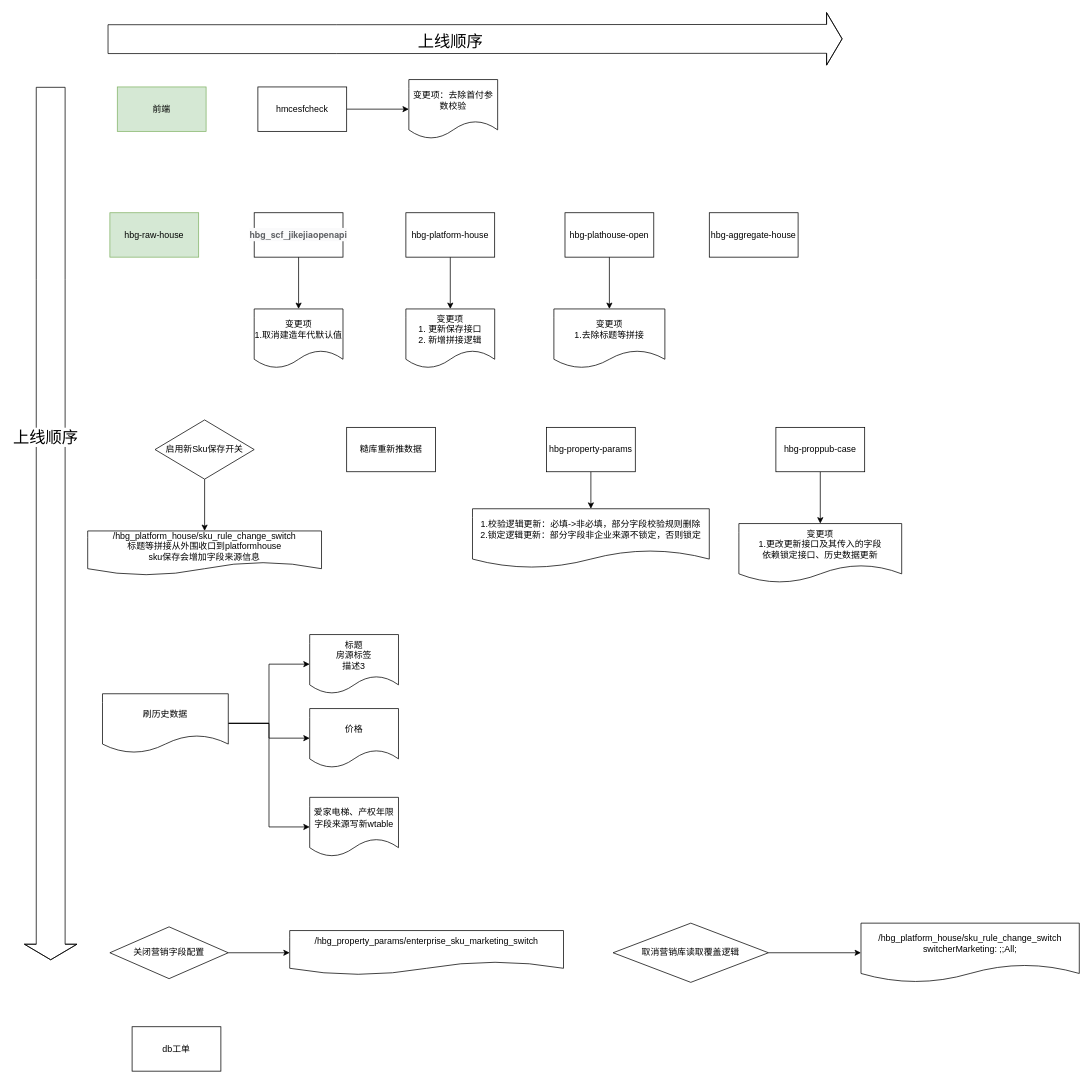
This is sku/sku规则改造上线流程.drawio from guyukou/drawio, a draw.io file, before an edit. Source tidied: cells renumbered, new cells numbered last; positions are measured from the earlier drawing's top-left corner, leaving out a move shared by most shapes. Both pictures are drawn from the tidied source at 74%, with x=0, y=0 at pixel (50, 38).
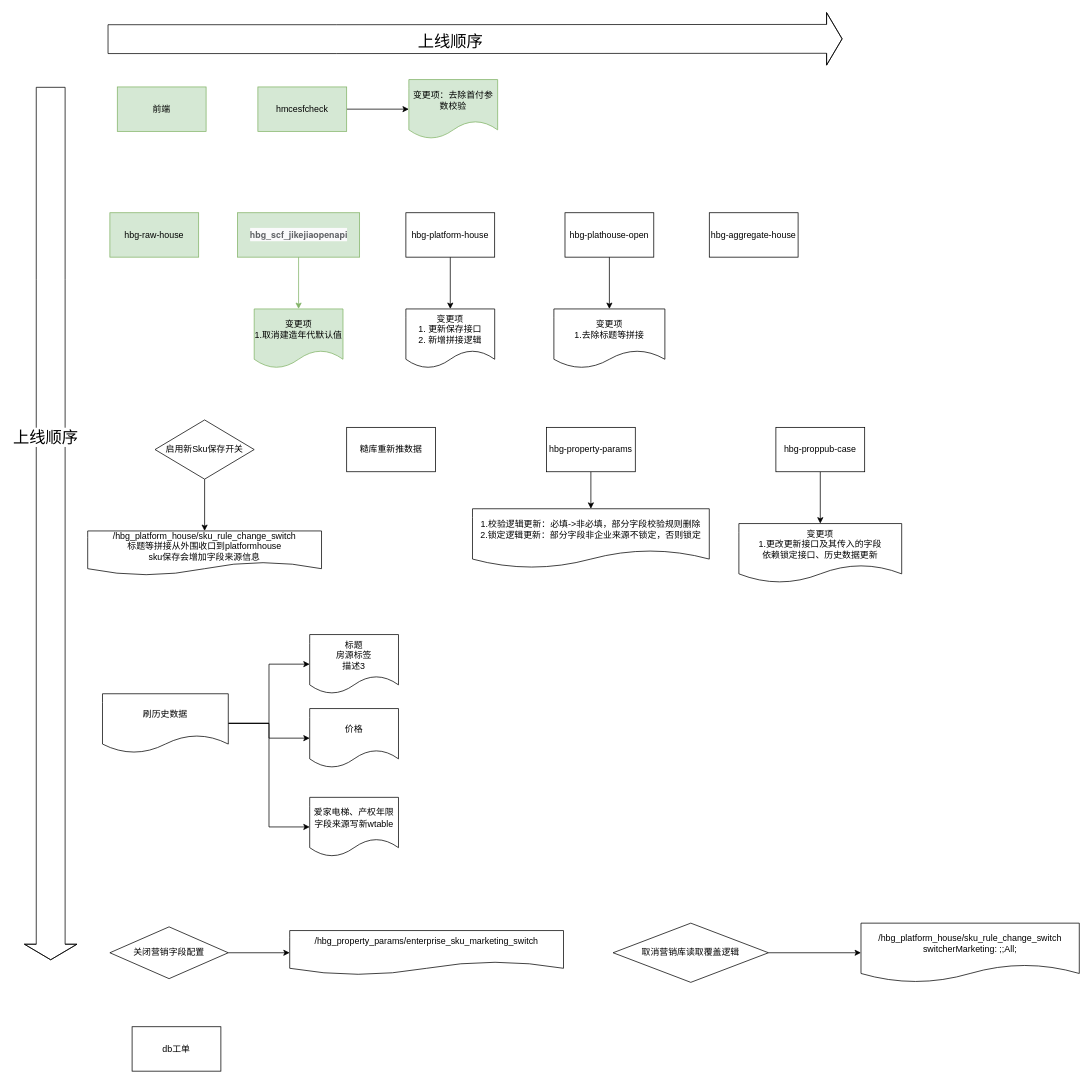
The same page after the edit.

Commit message:
Update sku规则改造上线流程.drawio

Diff of the diagram source:
```diff
@@
-    <mxCell id="3" value="hmcesfcheck" style="rounded=0;whiteSpace=wrap;html=1;" parent="1" vertex="1">
+    <mxCell id="3" value="hmcesfcheck" style="rounded=0;whiteSpace=wrap;html=1;fillColor=#d5e8d4;strokeColor=#82b366;" parent="1" vertex="1">
       <mxGeometry x="280" y="65" width="120" height="60" as="geometry" />
     </mxCell>
@@
-    <mxCell id="14" value="变更项：去除首付参数校验" style="shape=document;whiteSpace=wrap;html=1;boundedLbl=1;rounded=0;" parent="1" vertex="1">
+    <mxCell id="14" value="变更项：去除首付参数校验" style="shape=document;whiteSpace=wrap;html=1;boundedLbl=1;rounded=0;fillColor=#d5e8d4;strokeColor=#82b366;" parent="1" vertex="1">
       <mxGeometry x="484" y="55" width="120" height="80" as="geometry" />
     </mxCell>
@@
-    <mxCell id="34" style="edgeStyle=orthogonalEdgeStyle;rounded=0;jettySize=auto;html=1;strokeColor=default;strokeWidth=1;fontSize=12;" parent="1" edge="1" source="35" target="36">
+    <mxCell id="34" style="edgeStyle=orthogonalEdgeStyle;rounded=0;jettySize=auto;html=1;strokeColor=#82b366;strokeWidth=1;fontSize=12;fillColor=#d5e8d4;" parent="1" edge="1" source="35" target="36">
       <mxGeometry relative="1" as="geometry" />
     </mxCell>
-    <mxCell id="35" value="&lt;span style=&quot;color: rgb(96, 98, 102); font-family: &amp;quot;Helvetica Neue&amp;quot;, Helvetica, &amp;quot;PingFang SC&amp;quot;, &amp;quot;Hiragino Sans GB&amp;quot;, &amp;quot;Microsoft YaHei&amp;quot;, 微软雅黑, Arial, sans-serif, don58; font-weight: 700; text-align: left; background-color: rgb(250, 250, 251);&quot;&gt;hbg_scf_jikejiaopenapi&lt;/span&gt;" style="rounded=0;whiteSpace=wrap;html=1;" parent="1" vertex="1">
-      <mxGeometry x="275" y="235" width="120" height="60" as="geometry" />
+    <mxCell id="35" value="&lt;span style=&quot;color: rgb(96, 98, 102); font-family: &amp;quot;Helvetica Neue&amp;quot;, Helvetica, &amp;quot;PingFang SC&amp;quot;, &amp;quot;Hiragino Sans GB&amp;quot;, &amp;quot;Microsoft YaHei&amp;quot;, 微软雅黑, Arial, sans-serif, don58; font-weight: 700; text-align: left; background-color: rgb(250, 250, 251);&quot;&gt;hbg_scf_jikejiaopenapi&lt;/span&gt;" style="rounded=0;whiteSpace=wrap;html=1;fillColor=#d5e8d4;strokeColor=#82b366;" parent="1" vertex="1">
+      <mxGeometry x="252.5" y="235" width="165" height="60" as="geometry" />
     </mxCell>
-    <mxCell id="36" value="变更项&lt;br&gt;1.取消建造年代默认值" style="shape=document;whiteSpace=wrap;html=1;boundedLbl=1;rounded=0;" parent="1" vertex="1">
+    <mxCell id="36" value="变更项&lt;br&gt;1.取消建造年代默认值" style="shape=document;whiteSpace=wrap;html=1;boundedLbl=1;rounded=0;fillColor=#d5e8d4;strokeColor=#82b366;" parent="1" vertex="1">
       <mxGeometry x="275" y="365" width="120" height="80" as="geometry" />
     </mxCell>
```
